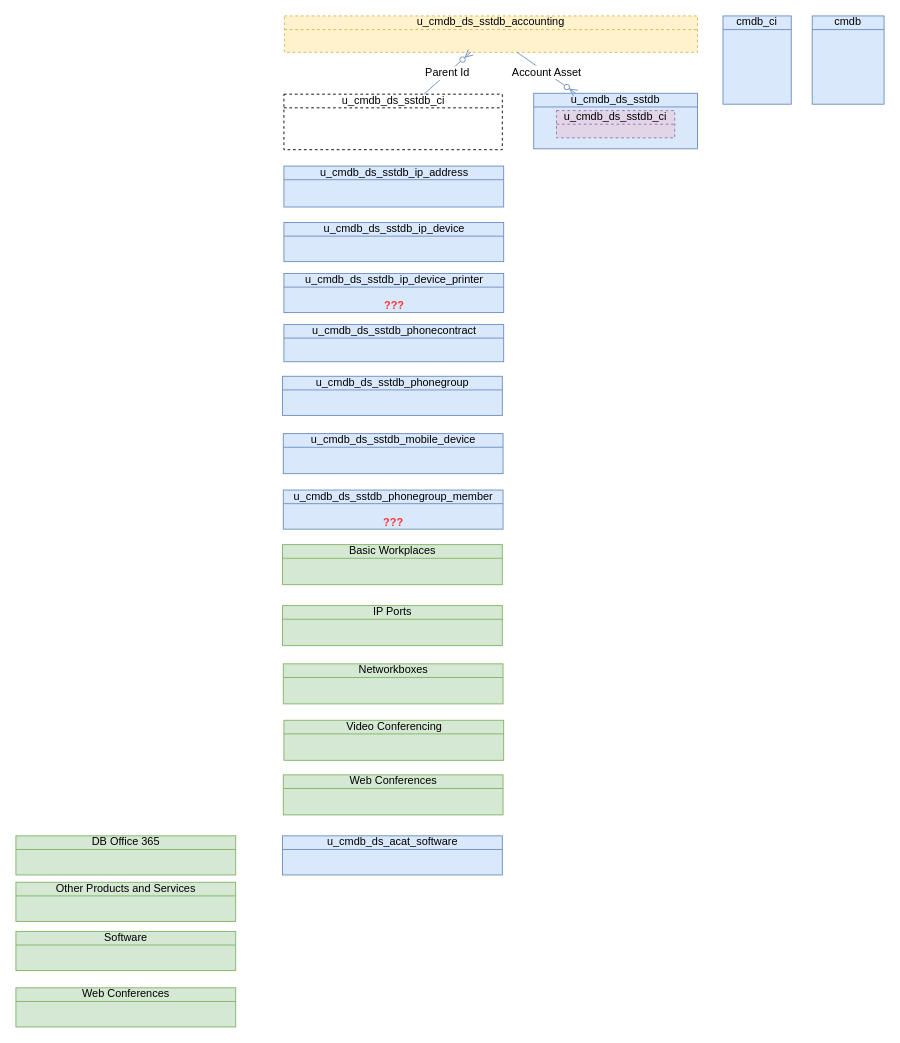
Earlier version of the draw.io diagram page "Vision_CI" (7 of 10) of DBsErdV2.drawio (algimas/tmp). Source tidied: cells renumbered, new cells numbered last; positions are measured from the earlier drawing's top-left corner, leaving out a move shared by most shapes. Both pictures are drawn from the tidied source at 91%, with x=0, y=0 at pixel (15, 15).
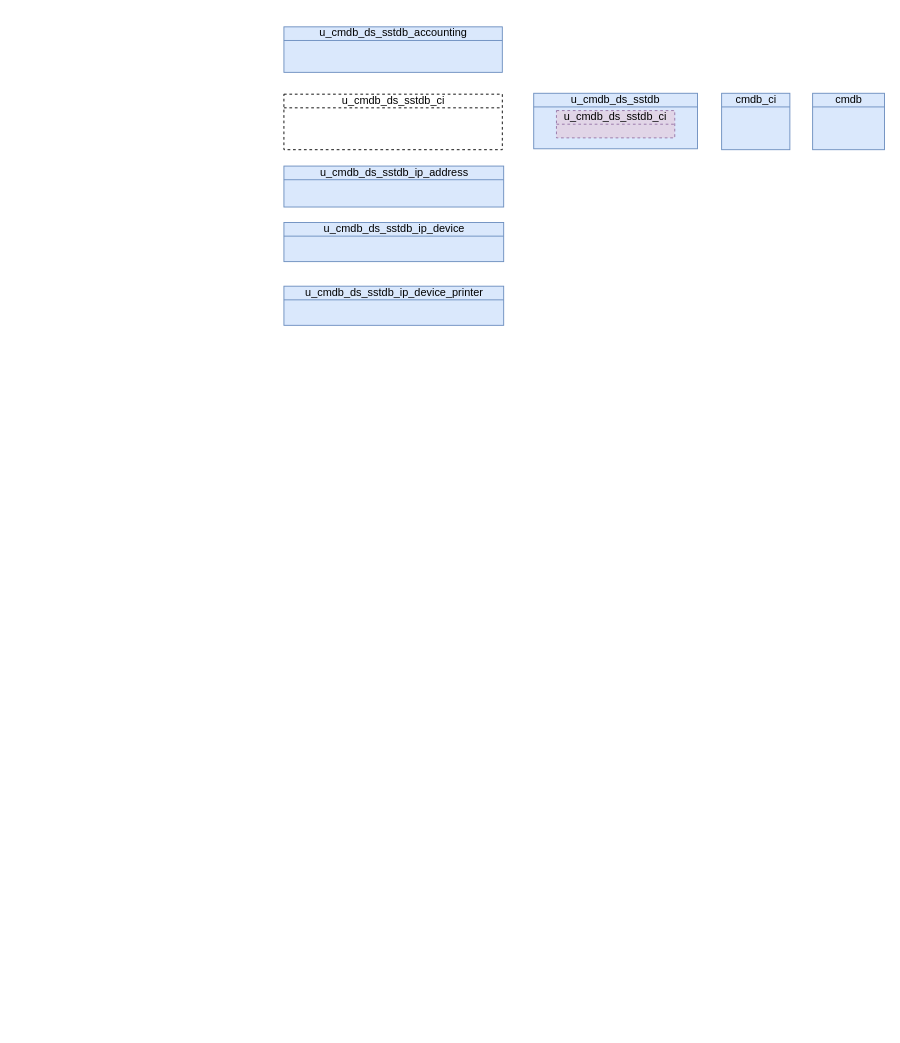
The same diagram, later.

Unchanged cells that the change refers to:
```xml
<mxCell id="2" value="u_cmdb_ds_sstdb" style="html=1;outlineConnect=0;whiteSpace=wrap;fillColor=#dae8fc;shape=mxgraph.archimate3.businessObject;overflow=fill;strokeColor=#6c8ebf;" parent="1" vertex="1">
  <mxGeometry x="569" y="85" width="180" height="61" as="geometry" />
</mxCell>
<mxCell id="7" value="u_cmdb_ds_sstdb_ci" style="html=1;outlineConnect=0;whiteSpace=wrap;shape=mxgraph.archimate3.businessObject;overflow=fill;dashed=1;" parent="1" vertex="1">
  <mxGeometry x="294.5" y="86" width="240" height="61" as="geometry" />
</mxCell>
```

What changed in the source:
```diff
@@
     <mxCell id="4" value="cmdb_ci" style="html=1;whiteSpace=wrap;fillColor=#dae8fc;shape=mxgraph.archimate3.businessObject;overflow=fill;strokeColor=#6c8ebf;" parent="1" vertex="1">
-      <mxGeometry x="777" width="75" height="97" as="geometry" />
+      <mxGeometry x="775.5" y="85" width="75" height="62" as="geometry" />
     </mxCell>
-    <mxCell id="5" value="u_cmdb_ds_sstdb_accounting" style="html=1;outlineConnect=0;whiteSpace=wrap;fillColor=#fff2cc;shape=mxgraph.archimate3.businessObject;overflow=fill;strokeColor=#d6b656;dashed=1;" parent="1" vertex="1">
-      <mxGeometry x="295" width="454" height="40" as="geometry" />
-    </mxCell>
-    <mxCell id="6" value="Account Asset" style="fontSize=12;html=1;endArrow=ERzeroToMany;endFill=1;rounded=0;fillColor=#dae8fc;strokeColor=#6c8ebf;" parent="1" edge="1" source="5" target="2">
-      <mxGeometry relative="1" as="geometry" />
-    </mxCell>
@@
     <mxCell id="8" value="cmdb" style="html=1;whiteSpace=wrap;fillColor=#dae8fc;shape=mxgraph.archimate3.businessObject;overflow=fill;strokeColor=#6c8ebf;" parent="1" vertex="1">
-      <mxGeometry x="875" width="79" height="97" as="geometry" />
+      <mxGeometry x="875.5" y="85" width="79" height="62" as="geometry" />
     </mxCell>
@@
-    <mxCell id="10" value="u_cmdb_ds_sstdb_phonecontract" style="html=1;whiteSpace=wrap;fillColor=#dae8fc;shape=mxgraph.archimate3.businessObject;overflow=fill;strokeColor=#6c8ebf;" parent="1" vertex="1">
-      <mxGeometry x="294.5" y="339" width="241.5" height="41" as="geometry" />
-    </mxCell>
-    <mxCell id="11" value="u_cmdb_ds_sstdb_phonegroup" style="html=1;whiteSpace=wrap;fillColor=#dae8fc;shape=mxgraph.archimate3.businessObject;overflow=fill;strokeColor=#6c8ebf;" parent="1" vertex="1">
-      <mxGeometry x="293" y="396" width="241.5" height="43" as="geometry" />
-    </mxCell>
@@
-    <mxCell id="13" value="u_cmdb_ds_sstdb_ip_device_printer&lt;br&gt;&lt;br&gt;&lt;b&gt;&lt;font color=&quot;#ff3333&quot;&gt;???&lt;/font&gt;&lt;/b&gt;" style="html=1;whiteSpace=wrap;fillColor=#dae8fc;shape=mxgraph.archimate3.businessObject;overflow=fill;strokeColor=#6c8ebf;" parent="1" vertex="1">
-      <mxGeometry x="294.5" y="283" width="241.5" height="43" as="geometry" />
-    </mxCell>
-    <mxCell id="14" value="u_cmdb_ds_sstdb_phonegroup_member&lt;br&gt;&lt;br&gt;&lt;b style=&quot;border-color: var(--border-color);&quot;&gt;&lt;font style=&quot;border-color: var(--border-color);&quot; color=&quot;#ff3333&quot;&gt;???&lt;/font&gt;&lt;/b&gt;" style="html=1;whiteSpace=wrap;fillColor=#dae8fc;shape=mxgraph.archimate3.businessObject;overflow=fill;strokeColor=#6c8ebf;" parent="1" vertex="1">
-      <mxGeometry x="293.8" y="521" width="241.5" height="43" as="geometry" />
-    </mxCell>
-    <mxCell id="15" value="u_cmdb_ds_sstdb_mobile_device" style="html=1;whiteSpace=wrap;fillColor=#dae8fc;shape=mxgraph.archimate3.businessObject;overflow=fill;strokeColor=#6c8ebf;" parent="1" vertex="1">
-      <mxGeometry x="293.8" y="459" width="241.5" height="44" as="geometry" />
-    </mxCell>
-    <mxCell id="16" value="u_cmdb_ds_acat_software" style="html=1;whiteSpace=wrap;fillColor=#dae8fc;shape=mxgraph.archimate3.businessObject;overflow=fill;strokeColor=#6c8ebf;fontStyle=0;" parent="1" vertex="1">
-      <mxGeometry x="293" y="901" width="241.5" height="43" as="geometry" />
-    </mxCell>
-    <mxCell id="17" value="DB Office 365" style="html=1;whiteSpace=wrap;fillColor=#d5e8d4;shape=mxgraph.archimate3.businessObject;overflow=fill;strokeColor=#82b366;fontStyle=0;" parent="1" vertex="1">
-      <mxGeometry y="901" width="241.5" height="43" as="geometry" />
-    </mxCell>
-    <mxCell id="18" value="Other Products and Services" style="html=1;whiteSpace=wrap;fillColor=#d5e8d4;shape=mxgraph.archimate3.businessObject;overflow=fill;strokeColor=#82b366;fontStyle=0;" parent="1" vertex="1">
-      <mxGeometry y="952" width="241.5" height="43" as="geometry" />
-    </mxCell>
-    <mxCell id="19" value="Software" style="html=1;whiteSpace=wrap;fillColor=#d5e8d4;shape=mxgraph.archimate3.businessObject;overflow=fill;strokeColor=#82b366;fontStyle=0;" parent="1" vertex="1">
-      <mxGeometry y="1006" width="241.5" height="43" as="geometry" />
-    </mxCell>
-    <mxCell id="20" value="Web Conferences" style="html=1;whiteSpace=wrap;fillColor=#d5e8d4;shape=mxgraph.archimate3.businessObject;overflow=fill;strokeColor=#82b366;fontStyle=0;" parent="1" vertex="1">
-      <mxGeometry y="1068" width="241.5" height="43" as="geometry" />
-    </mxCell>
-    <mxCell id="21" value="Basic Workplaces" style="html=1;whiteSpace=wrap;fillColor=#d5e8d4;shape=mxgraph.archimate3.businessObject;overflow=fill;strokeColor=#82b366;" parent="1" vertex="1">
-      <mxGeometry x="293" y="581" width="241.5" height="44" as="geometry" />
-    </mxCell>
-    <mxCell id="22" value="IP Ports" style="html=1;whiteSpace=wrap;fillColor=#d5e8d4;shape=mxgraph.archimate3.businessObject;overflow=fill;strokeColor=#82b366;" parent="1" vertex="1">
-      <mxGeometry x="293" y="648" width="241.5" height="44" as="geometry" />
-    </mxCell>
-    <mxCell id="23" value="Networkboxes" style="html=1;whiteSpace=wrap;fillColor=#d5e8d4;shape=mxgraph.archimate3.businessObject;overflow=fill;strokeColor=#82b366;" parent="1" vertex="1">
-      <mxGeometry x="293.8" y="712" width="241.5" height="44" as="geometry" />
-    </mxCell>
-    <mxCell id="24" value="Video Conferencing" style="html=1;whiteSpace=wrap;fillColor=#d5e8d4;shape=mxgraph.archimate3.businessObject;overflow=fill;strokeColor=#82b366;" parent="1" vertex="1">
-      <mxGeometry x="294.5" y="774" width="241.5" height="44" as="geometry" />
-    </mxCell>
-    <mxCell id="25" value="Web Conferences" style="html=1;whiteSpace=wrap;fillColor=#d5e8d4;shape=mxgraph.archimate3.businessObject;overflow=fill;strokeColor=#82b366;" parent="1" vertex="1">
-      <mxGeometry x="293.8" y="834" width="241.5" height="44" as="geometry" />
-    </mxCell>
-    <mxCell id="26" value="Parent Id" style="fontSize=12;html=1;endArrow=ERzeroToMany;endFill=1;rounded=0;fillColor=#dae8fc;strokeColor=#6c8ebf;" parent="1" edge="1" source="7" target="5">
-      <mxGeometry relative="1" as="geometry" />
-    </mxCell>
+    <mxCell id="27" value="u_cmdb_ds_sstdb_ip_device_printer" style="html=1;whiteSpace=wrap;fillColor=#dae8fc;shape=mxgraph.archimate3.businessObject;overflow=fill;strokeColor=#6c8ebf;" parent="1" vertex="1">
+      <mxGeometry x="294.5" y="297" width="241.5" height="43" as="geometry" />
+    </mxCell>
+    <mxCell id="5" value="u_cmdb_ds_sstdb_accounting" style="html=1;outlineConnect=0;whiteSpace=wrap;fillColor=#dae8fc;shape=mxgraph.archimate3.businessObject;overflow=fill;strokeColor=#6c8ebf;fontStyle=0;" parent="1" vertex="1">
+      <mxGeometry x="294.5" y="12" width="240" height="50" as="geometry" />
+    </mxCell>
```
